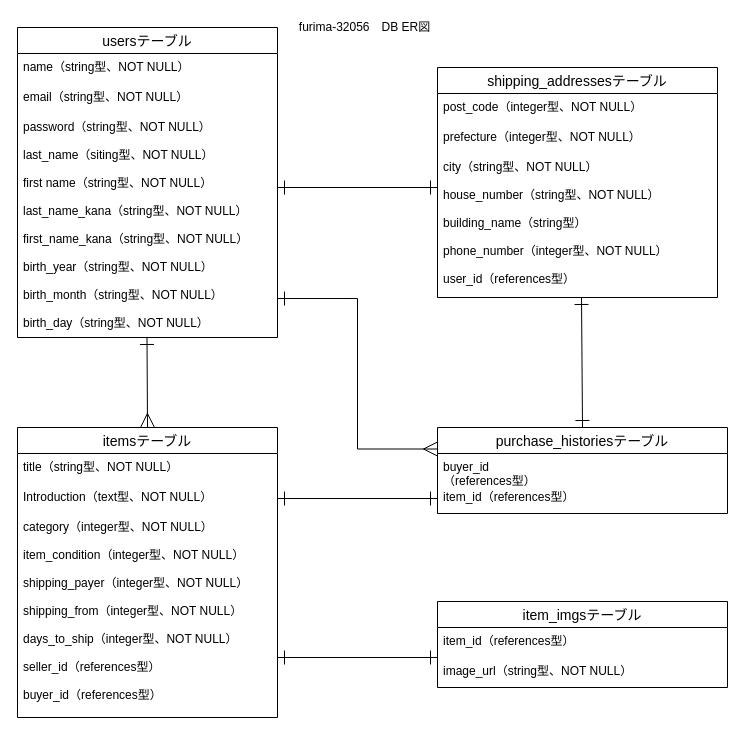
The draw.io diagram furima.dio in mopomi/furima-32056, before the edit. Source tidied: cells renumbered, new cells numbered last; positions are measured from the earlier drawing's top-left corner, leaving out a move shared by most shapes. Both pictures are drawn from the tidied source at 100%, with x=0, y=0 at pixel (17, 17).
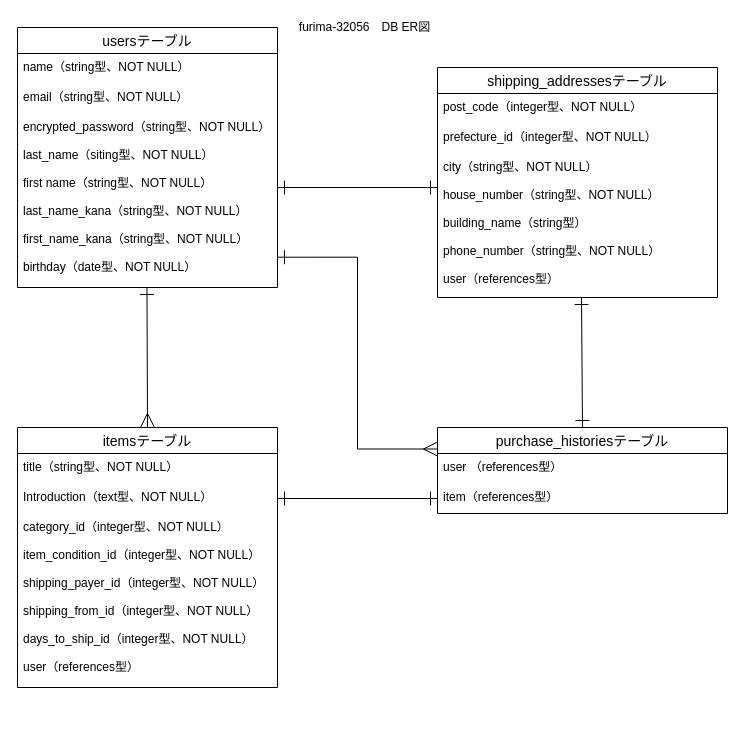
After the change.

The change refers to these unchanged cells:
```xml
<mxCell id="7" value="shipping_addressesテーブル" style="swimlane;fontStyle=0;horizontal=1;startSize=26;align=center;fontSize=14;" parent="1" vertex="1">
  <mxGeometry x="420" y="50" width="280" height="230" as="geometry" />
</mxCell>
<mxCell id="13" value="purchase_historiesテーブル" style="swimlane;fontStyle=0;horizontal=1;startSize=26;align=center;fontSize=14;" parent="1" vertex="1">
  <mxGeometry x="420" y="410" width="290" height="86" as="geometry" />
</mxCell>
```

Diff of the diagram source:
```diff
@@
     <mxCell id="2" value="usersテーブル" style="swimlane;fontStyle=0;horizontal=1;startSize=26;align=center;fontSize=14;" parent="1" vertex="1">
-      <mxGeometry y="10" width="260" height="310" as="geometry" />
+      <mxGeometry y="10" width="260" height="260" as="geometry" />
     </mxCell>
@@
-    <mxCell id="5" value="password（string型、NOT NULL）&#10;&#10;last_name（siting型、NOT NULL）&#10;&#10;first name（string型、NOT NULL）&#10;&#10;last_name_kana（string型、NOT NULL）&#10;&#10;first_name_kana（string型、NOT NULL）&#10;&#10;birth_year（string型、NOT NULL）&#10;&#10;birth_month（string型、NOT NULL）&#10;&#10;birth_day（string型、NOT NULL）" style="text;strokeColor=none;fillColor=none;spacingLeft=4;spacingRight=4;overflow=hidden;points=[[0,0.5],[1,0.5]];portConstraint=eastwest;fontSize=12;" parent="2" vertex="1">
-      <mxGeometry y="86" width="260" height="224" as="geometry" />
+    <mxCell id="5" value="encrypted_password（string型、NOT NULL）&#10;&#10;last_name（siting型、NOT NULL）&#10;&#10;first name（string型、NOT NULL）&#10;&#10;last_name_kana（string型、NOT NULL）&#10;&#10;first_name_kana（string型、NOT NULL）&#10;&#10;birthday（date型、NOT NULL）" style="text;strokeColor=none;fillColor=none;spacingLeft=4;spacingRight=4;overflow=hidden;points=[[0,0.5],[1,0.5]];portConstraint=eastwest;fontSize=12;" parent="2" vertex="1">
+      <mxGeometry y="86" width="260" height="174" as="geometry" />
     </mxCell>
@@
-    <mxCell id="9" value="prefecture（integer型、NOT NULL）" style="text;strokeColor=none;fillColor=none;spacingLeft=4;spacingRight=4;overflow=hidden;fontSize=12;" parent="7" vertex="1">
+    <mxCell id="9" value="prefecture_id（integer型、NOT NULL）" style="text;strokeColor=none;fillColor=none;spacingLeft=4;spacingRight=4;overflow=hidden;fontSize=12;" parent="7" vertex="1">
       <mxGeometry y="56" width="280" height="30" as="geometry" />
     </mxCell>
-    <mxCell id="10" value="city（string型、NOT NULL）&#10;&#10;house_number（string型、NOT NULL）&#10;&#10;building_name（string型）&#10;&#10;phone_number（integer型、NOT NULL）&#10;&#10;user_id（references型）" style="text;strokeColor=none;fillColor=none;spacingLeft=4;spacingRight=4;overflow=hidden;fontSize=12;" parent="7" vertex="1">
+    <mxCell id="10" value="city（string型、NOT NULL）&#10;&#10;house_number（string型、NOT NULL）&#10;&#10;building_name（string型）&#10;&#10;phone_number（string型、NOT NULL）&#10;&#10;user（references型）" style="text;strokeColor=none;fillColor=none;spacingLeft=4;spacingRight=4;overflow=hidden;fontSize=12;" parent="7" vertex="1">
       <mxGeometry y="86" width="280" height="144" as="geometry" />
     </mxCell>
@@
-    <mxCell id="14" value="buyer_id&#10;（references型）" style="text;strokeColor=none;fillColor=none;spacingLeft=4;spacingRight=4;overflow=hidden;fontSize=12;" parent="13" vertex="1">
+    <mxCell id="14" value="user （references型）" style="text;strokeColor=none;fillColor=none;spacingLeft=4;spacingRight=4;overflow=hidden;fontSize=12;" parent="13" vertex="1">
       <mxGeometry y="26" width="290" height="30" as="geometry" />
     </mxCell>
-    <mxCell id="15" value="item_id（references型）" style="text;strokeColor=none;fillColor=none;spacingLeft=4;spacingRight=4;overflow=hidden;points=[[0,0.5],[1,0.5]];portConstraint=eastwest;fontSize=12;" parent="13" vertex="1">
+    <mxCell id="15" value="item（references型）" style="text;strokeColor=none;fillColor=none;spacingLeft=4;spacingRight=4;overflow=hidden;points=[[0,0.5],[1,0.5]];portConstraint=eastwest;fontSize=12;" parent="13" vertex="1">
       <mxGeometry y="56" width="290" height="30" as="geometry" />
     </mxCell>
@@
-    <mxCell id="17" value="item_imgsテーブル" style="swimlane;fontStyle=0;horizontal=1;startSize=26;align=center;fontSize=14;" parent="1" vertex="1">
-      <mxGeometry x="420" y="584" width="290" height="86" as="geometry" />
-    </mxCell>
-    <mxCell id="18" value="item_id（references型）" style="text;strokeColor=none;fillColor=none;spacingLeft=4;spacingRight=4;overflow=hidden;fontSize=12;" parent="17" vertex="1">
-      <mxGeometry y="26" width="290" height="30" as="geometry" />
-    </mxCell>
-    <mxCell id="19" value="image_url（string型、NOT NULL）" style="text;strokeColor=none;fillColor=none;spacingLeft=4;spacingRight=4;overflow=hidden;fontSize=12;" parent="17" vertex="1">
-      <mxGeometry y="56" width="290" height="30" as="geometry" />
-    </mxCell>
-    <mxCell id="20" style="endArrow=ERone;html=1;startArrow=ERone;startFill=0;endFill=0;endSize=12;startSize=12;" parent="1" edge="1">
-      <mxGeometry relative="1" as="geometry">
-        <mxPoint x="260" y="640" as="sourcePoint" />
-        <mxPoint x="420" y="640" as="targetPoint" />
-      </mxGeometry>
-    </mxCell>
@@
-    <mxCell id="22" style="endArrow=ERone;html=1;startArrow=ERmany;startFill=0;endFill=0;endSize=12;startSize=12;exitX=0.5;exitY=0;exitDx=0;exitDy=0;" parent="1" edge="1" source="23">
-      <mxGeometry relative="1" as="geometry">
-        <mxPoint x="129.5" y="320" as="targetPoint" />
-      </mxGeometry>
+    <mxCell id="22" style="endArrow=ERone;html=1;startArrow=ERmany;startFill=0;endFill=0;endSize=12;startSize=12;exitX=0.5;exitY=0;exitDx=0;exitDy=0;entryX=0.498;entryY=1;entryDx=0;entryDy=0;entryPerimeter=0;" parent="1" edge="1" source="23" target="5">
+      <mxGeometry relative="1" as="geometry" />
     </mxCell>
     <mxCell id="23" value="itemsテーブル" style="swimlane;fontStyle=0;horizontal=1;startSize=26;align=center;fontSize=14;direction=east;" parent="1" vertex="1">
-      <mxGeometry y="410" width="260" height="290" as="geometry" />
+      <mxGeometry y="410" width="260" height="260" as="geometry" />
     </mxCell>
@@
-    <mxCell id="26" value="category（integer型、NOT NULL）&#10;&#10;item_condition（integer型、NOT NULL）&#10;&#10;shipping_payer（integer型、NOT NULL）&#10;&#10;shipping_from（integer型、NOT NULL）&#10;&#10;days_to_ship（integer型、NOT NULL）&#10;&#10;seller_id（references型）&#10;&#10;buyer_id（references型）" style="text;strokeColor=none;fillColor=none;spacingLeft=4;spacingRight=4;overflow=hidden;fontSize=12;" parent="23" vertex="1">
-      <mxGeometry y="86" width="260" height="204" as="geometry" />
+    <mxCell id="26" value="category_id（integer型、NOT NULL）&#10;&#10;item_condition_id（integer型、NOT NULL）&#10;&#10;shipping_payer_id（integer型、NOT NULL）&#10;&#10;shipping_from_id（integer型、NOT NULL）&#10;&#10;days_to_ship_id（integer型、NOT NULL）&#10;&#10;user（references型）&#10;&#10;" style="text;strokeColor=none;fillColor=none;spacingLeft=4;spacingRight=4;overflow=hidden;fontSize=12;" parent="23" vertex="1">
+      <mxGeometry y="86" width="260" height="174" as="geometry" />
     </mxCell>
```
